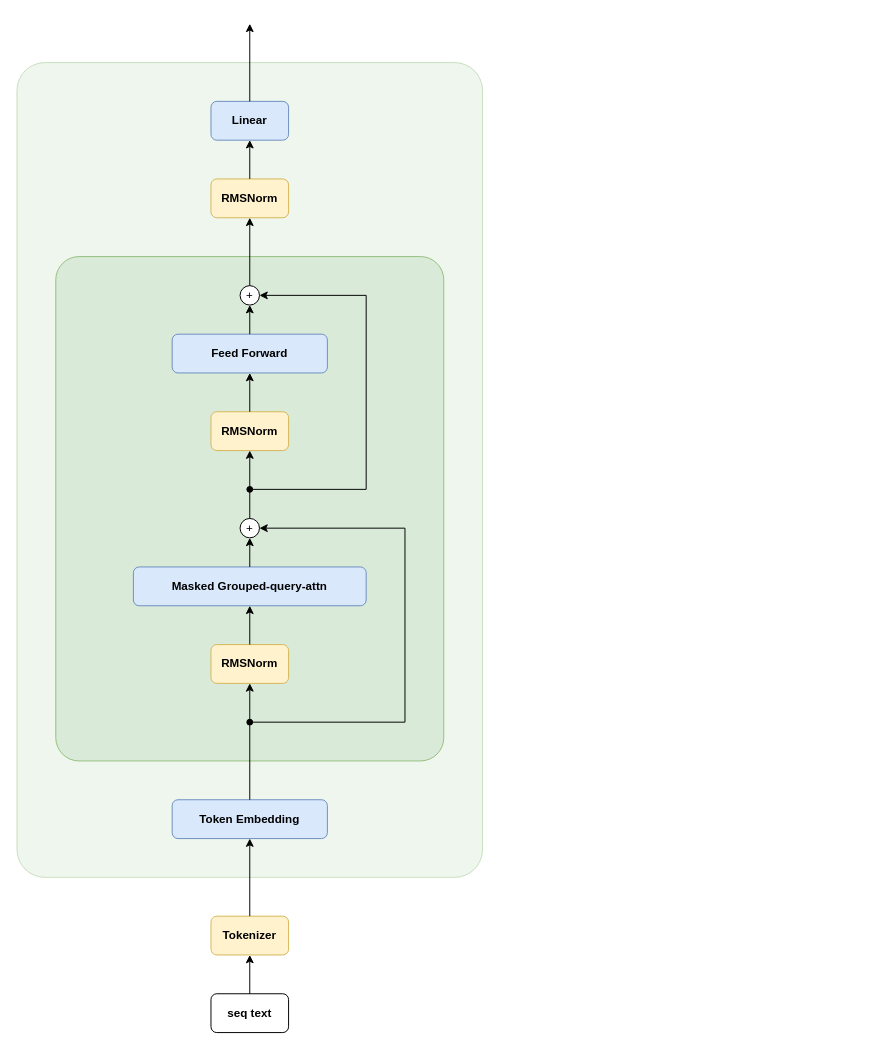
The draw.io diagram LLM-Structure-Overview.drawio in DestineG/drawio, before the edit. Source tidied: cells renumbered, new cells numbered last; positions are measured from the earlier drawing's top-left corner, leaving out a move shared by most shapes. Both pictures are drawn from the tidied source at 97%, with x=0, y=0 at pixel (16, 23).
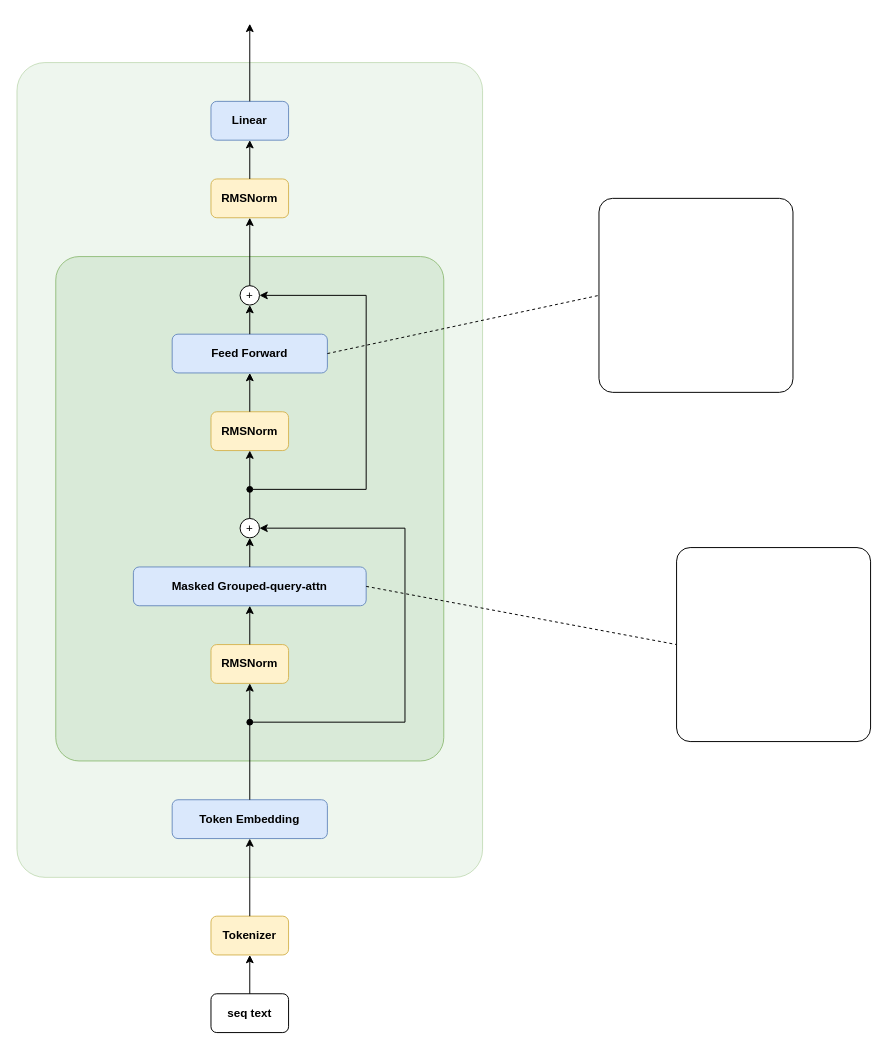
The same page after the edit.

The change refers to these unchanged cells:
```xml
<mxCell id="8" value="&lt;b&gt;Masked Grouped-query-attn&lt;/b&gt;" style="rounded=1;whiteSpace=wrap;html=1;fillColor=#dae8fc;strokeColor=#6c8ebf;" parent="1" vertex="1">
  <mxGeometry x="120" y="560" width="240" height="40" as="geometry" />
</mxCell>
<mxCell id="10" value="&lt;b&gt;Feed Forward&lt;/b&gt;" style="rounded=1;whiteSpace=wrap;html=1;fillColor=#dae8fc;strokeColor=#6c8ebf;" parent="1" vertex="1">
  <mxGeometry x="160" y="320" width="160" height="40" as="geometry" />
</mxCell>
```

The edit, as a diff of the source:
```diff
@@
+    <mxCell id="28" style="rounded=1;whiteSpace=wrap;html=1;arcSize=7;" parent="1" vertex="1">
+      <mxGeometry x="600" y="180" width="200" height="200" as="geometry" />
+    </mxCell>
+    <mxCell id="29" style="endArrow=none;dashed=1;html=1;rounded=0;exitX=1;exitY=0.5;exitDx=0;exitDy=0;entryX=0;entryY=0.5;entryDx=0;entryDy=0;" parent="1" edge="1" source="10" target="28">
+      <mxGeometry relative="1" as="geometry" />
+    </mxCell>
+    <mxCell id="30" style="endArrow=none;dashed=1;html=1;rounded=0;exitX=1;exitY=0.5;exitDx=0;exitDy=0;entryX=0;entryY=0.5;entryDx=0;entryDy=0;" parent="1" edge="1" source="8" target="31">
+      <mxGeometry relative="1" as="geometry" />
+    </mxCell>
+    <mxCell id="31" style="rounded=1;whiteSpace=wrap;html=1;arcSize=7;" parent="1" vertex="1">
+      <mxGeometry x="680" y="540" width="200" height="200" as="geometry" />
+    </mxCell>
```
